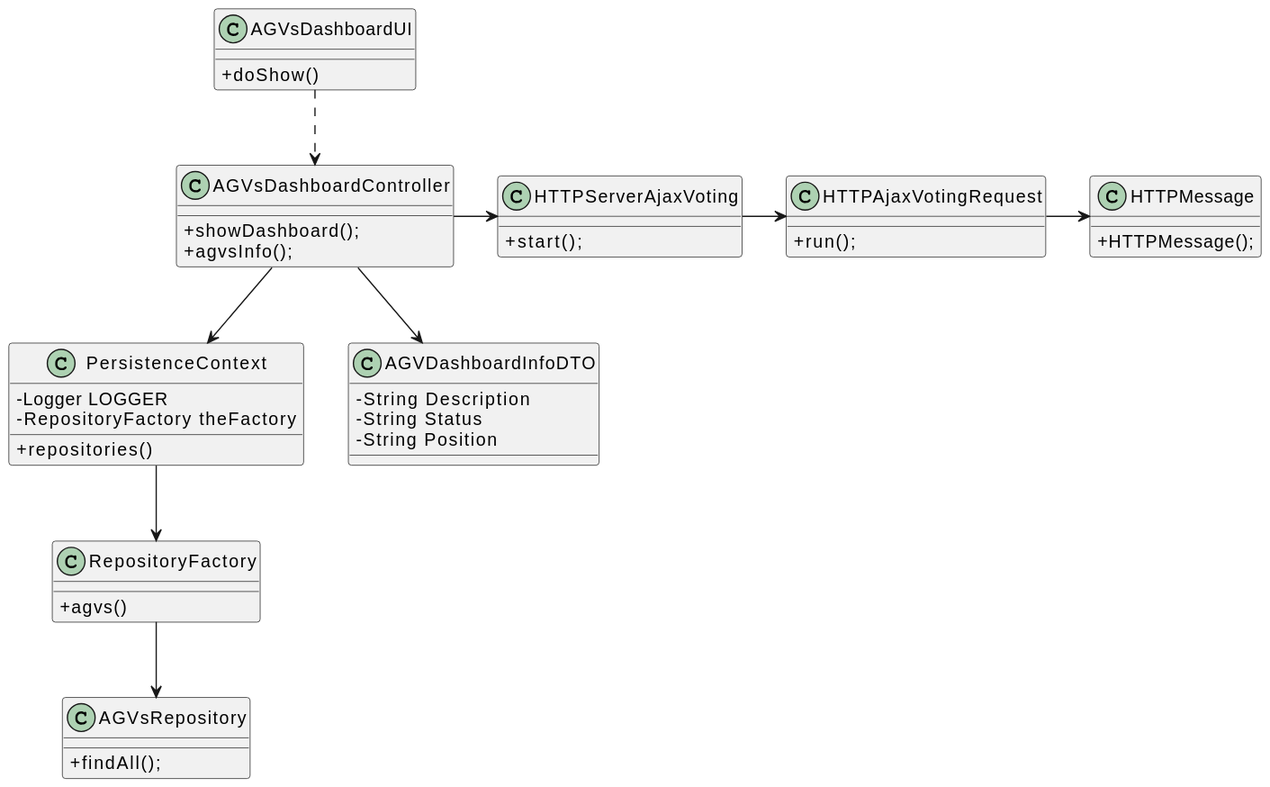
RuiRioPina/LAPR4-21-22 keeps this PlantUML diagram as docs/1201564/US2005/2005_CD.svg. Above is the earlier version. Source of this version:
```plantuml
@startuml
skinparam classAttributeIconSize 0

Class "AGVsDashboardUI"{
+doShow()
}

Class "AGVsDashboardController"{
+showDashboard();
+agvsInfo();
}

class PersistenceContext {
-Logger LOGGER
-RepositoryFactory theFactory
+repositories()
}

class RepositoryFactory{
+agvs()
}

class AGVsRepository{
+findAll();
}

class HTTPServerAjaxVoting{
+start();
}
class HTTPMessage{
+HTTPMessage();
}
class HTTPAjaxVotingRequest{
+run();
}

class AGVDashboardInfoDTO {
-String Description
-String Status
-String Position
}

AGVsDashboardUI ..> AGVsDashboardController
AGVsDashboardController -d-> AGVDashboardInfoDTO
AGVsDashboardController -d-> PersistenceContext
PersistenceContext -d-> RepositoryFactory
RepositoryFactory -d-> AGVsRepository
AGVsDashboardController -> HTTPServerAjaxVoting
HTTPServerAjaxVoting -> HTTPAjaxVotingRequest
HTTPAjaxVotingRequest -> HTTPMessage
@enduml
```
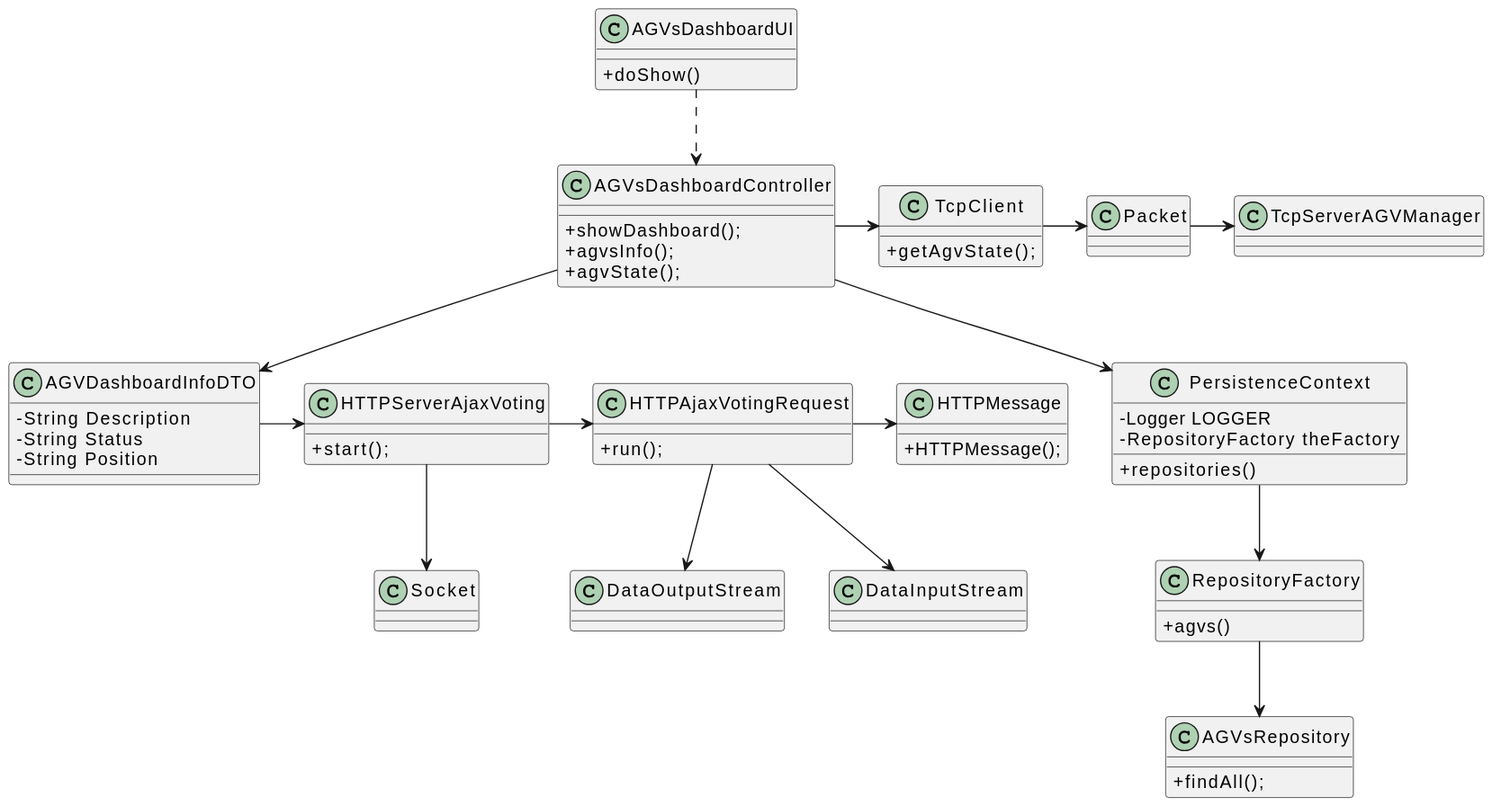
The same file after the commit.

Change to the diagram source:
```diff
@@ -8,6 +8,7 @@
 Class "AGVsDashboardController"{
 +showDashboard();
 +agvsInfo();
++agvState();
 }
 
 class PersistenceContext {
@@ -40,12 +41,23 @@
 -String Position
 }
 
+class TcpClient {
++getAgvState();
+}
+
 AGVsDashboardUI ..> AGVsDashboardController
 AGVsDashboardController -d-> AGVDashboardInfoDTO
 AGVsDashboardController -d-> PersistenceContext
 PersistenceContext -d-> RepositoryFactory
 RepositoryFactory -d-> AGVsRepository
-AGVsDashboardController -> HTTPServerAjaxVoting
+
+AGVsDashboardController -> TcpClient
+TcpClient -> Packet
+Packet -> TcpServerAGVManager
 HTTPServerAjaxVoting -> HTTPAjaxVotingRequest
+HTTPServerAjaxVoting -d-> Socket
+HTTPAjaxVotingRequest -d-> DataOutputStream
+HTTPAjaxVotingRequest -d-> DataInputStream
 HTTPAjaxVotingRequest -> HTTPMessage
+AGVDashboardInfoDTO -> HTTPServerAjaxVoting
 @enduml
```
